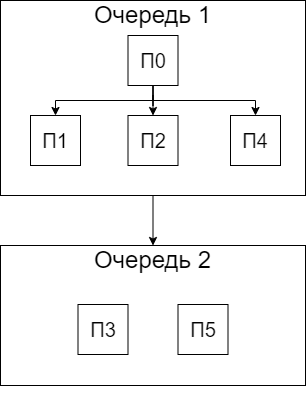
Lenonim/KursPro keeps this draw.io diagram as PASKurs/лабораторные работы/l3/PAS3.4.drawio.png. Above is the earlier version. Source tidied: cells renumbered, new cells last; positions are measured from the earlier drawing's top-left corner, leaving out a move shared by most shapes.
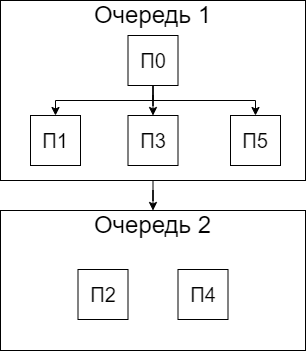
After the commit.

What changed in the source:
```diff
@@ -2,60 +2,60 @@
   <root>
     <mxCell id="0" />
     <mxCell id="1" parent="0" />
-    <mxCell id="2" style="edgeStyle=orthogonalEdgeStyle;rounded=0;jettySize=auto;html=1;entryX=0.5;entryY=0;entryDx=0;entryDy=0;" parent="1" edge="1" source="3" target="13">
-      <mxGeometry relative="1" as="geometry" />
-    </mxCell>
-    <mxCell id="3" style="rounded=0;whiteSpace=wrap;html=1;" parent="1" vertex="1">
-      <mxGeometry width="305" height="195" as="geometry" />
-    </mxCell>
+    <mxCell id="17" style="edgeStyle=orthogonalEdgeStyle;rounded=0;jettySize=auto;html=1;entryX=0.5;entryY=0;entryDx=0;entryDy=0;" parent="1" edge="1" source="18" target="13">
+      <mxGeometry relative="1" as="geometry" />
+    </mxCell>
+    <mxCell id="18" style="rounded=0;whiteSpace=wrap;html=1;" parent="1" vertex="1">
+      <mxGeometry x="-55" y="155" width="305" height="180" as="geometry" />
+    </mxCell>
     <mxCell id="4" value="&lt;span style=&quot;font-size: 24px;&quot;&gt;Очередь 1&lt;/span&gt;" style="text;html=1;strokeColor=none;fillColor=none;align=center;verticalAlign=middle;whiteSpace=wrap;rounded=0;" parent="1" vertex="1">
-      <mxGeometry width="305" height="30" as="geometry" />
+      <mxGeometry x="-55" y="155" width="305" height="30" as="geometry" />
     </mxCell>
-    <mxCell id="5" style="edgeStyle=orthogonalEdgeStyle;rounded=0;jettySize=auto;html=1;entryX=0.5;entryY=0;entryDx=0;entryDy=0;" parent="1" edge="1" source="8" target="11">
-      <mxGeometry relative="1" as="geometry">
-        <Array as="points">
-          <mxPoint x="153" y="100" />
-          <mxPoint x="255" y="100" />
-        </Array>
-      </mxGeometry>
-    </mxCell>
+    <mxCell id="19" style="edgeStyle=orthogonalEdgeStyle;rounded=0;jettySize=auto;html=1;entryX=0.5;entryY=0;entryDx=0;entryDy=0;" parent="1" edge="1" source="8" target="15">
+      <mxGeometry relative="1" as="geometry">
+        <Array as="points">
+          <mxPoint x="98" y="255" />
+          <mxPoint x="200" y="255" />
+        </Array>
+      </mxGeometry>
+    </mxCell>
     <mxCell id="6" style="edgeStyle=orthogonalEdgeStyle;rounded=0;jettySize=auto;html=1;entryX=0.5;entryY=0;entryDx=0;entryDy=0;" parent="1" edge="1" source="8" target="10">
       <mxGeometry relative="1" as="geometry">
         <Array as="points">
-          <mxPoint x="153" y="100" />
-          <mxPoint x="55" y="100" />
+          <mxPoint x="98" y="255" />
+          <mxPoint y="255" />
         </Array>
       </mxGeometry>
     </mxCell>
-    <mxCell id="7" style="edgeStyle=orthogonalEdgeStyle;rounded=0;jettySize=auto;html=1;entryX=0.5;entryY=0;entryDx=0;entryDy=0;" parent="1" edge="1" source="8" target="9">
-      <mxGeometry relative="1" as="geometry" />
-    </mxCell>
+    <mxCell id="20" style="edgeStyle=orthogonalEdgeStyle;rounded=0;jettySize=auto;html=1;entryX=0.5;entryY=0;entryDx=0;entryDy=0;" parent="1" edge="1" source="8" target="14">
+      <mxGeometry relative="1" as="geometry" />
+    </mxCell>
     <mxCell id="8" value="&lt;font style=&quot;font-size: 20px;&quot;&gt;П0&lt;/font&gt;" style="whiteSpace=wrap;html=1;" parent="1" vertex="1">
-      <mxGeometry x="127.5" y="35" width="50" height="50" as="geometry" />
+      <mxGeometry x="72.5" y="190" width="50" height="50" as="geometry" />
     </mxCell>
+    <mxCell id="14" value="&lt;font style=&quot;font-size: 20px;&quot;&gt;П3&lt;/font&gt;" style="whiteSpace=wrap;html=1;" parent="1" vertex="1">
+      <mxGeometry x="72.5" y="270" width="50" height="50" as="geometry" />
+    </mxCell>
+    <mxCell id="10" value="&lt;font style=&quot;font-size: 20px;&quot;&gt;П1&lt;/font&gt;" style="whiteSpace=wrap;html=1;" parent="1" vertex="1">
+      <mxGeometry x="-25" y="270" width="50" height="50" as="geometry" />
+    </mxCell>
+    <mxCell id="15" value="&lt;font style=&quot;font-size: 20px;&quot;&gt;П5&lt;/font&gt;" style="whiteSpace=wrap;html=1;" parent="1" vertex="1">
+      <mxGeometry x="175" y="270" width="50" height="50" as="geometry" />
+    </mxCell>
+    <mxCell id="21" style="rounded=0;whiteSpace=wrap;html=1;" parent="1" vertex="1">
+      <mxGeometry x="-55" y="365" width="305" height="140" as="geometry" />
+    </mxCell>
+    <mxCell id="13" value="&lt;span style=&quot;font-size: 24px;&quot;&gt;Очередь 2&lt;/span&gt;" style="text;html=1;strokeColor=none;fillColor=none;align=center;verticalAlign=middle;whiteSpace=wrap;rounded=0;" parent="1" vertex="1">
+      <mxGeometry x="-55" y="365" width="305" height="30" as="geometry" />
+    </mxCell>
     <mxCell id="9" value="&lt;font style=&quot;font-size: 20px;&quot;&gt;П2&lt;/font&gt;" style="whiteSpace=wrap;html=1;" parent="1" vertex="1">
-      <mxGeometry x="127.5" y="115" width="50" height="50" as="geometry" />
+      <mxGeometry x="22.5" y="424" width="50" height="50" as="geometry" />
     </mxCell>
-    <mxCell id="10" value="&lt;font style=&quot;font-size: 20px;&quot;&gt;П1&lt;/font&gt;" style="whiteSpace=wrap;html=1;" parent="1" vertex="1">
-      <mxGeometry x="30" y="115" width="50" height="50" as="geometry" />
-    </mxCell>
     <mxCell id="11" value="&lt;font style=&quot;font-size: 20px;&quot;&gt;П4&lt;/font&gt;" style="whiteSpace=wrap;html=1;" parent="1" vertex="1">
-      <mxGeometry x="230" y="115" width="50" height="50" as="geometry" />
+      <mxGeometry x="122.5" y="424" width="50" height="50" as="geometry" />
     </mxCell>
-    <mxCell id="12" style="rounded=0;whiteSpace=wrap;html=1;" parent="1" vertex="1">
-      <mxGeometry y="245" width="305" height="140" as="geometry" />
-    </mxCell>
-    <mxCell id="13" value="&lt;span style=&quot;font-size: 24px;&quot;&gt;Очередь 2&lt;/span&gt;" style="text;html=1;strokeColor=none;fillColor=none;align=center;verticalAlign=middle;whiteSpace=wrap;rounded=0;" parent="1" vertex="1">
-      <mxGeometry y="245" width="305" height="30" as="geometry" />
-    </mxCell>
-    <mxCell id="14" value="&lt;font style=&quot;font-size: 20px;&quot;&gt;П3&lt;/font&gt;" style="whiteSpace=wrap;html=1;" parent="1" vertex="1">
-      <mxGeometry x="77.5" y="304" width="50" height="50" as="geometry" />
-    </mxCell>
-    <mxCell id="15" value="&lt;font style=&quot;font-size: 20px;&quot;&gt;П5&lt;/font&gt;" style="whiteSpace=wrap;html=1;" parent="1" vertex="1">
-      <mxGeometry x="177.5" y="304" width="50" height="50" as="geometry" />
-    </mxCell>
-    <mxCell id="16" style="edgeStyle=orthogonalEdgeStyle;rounded=0;orthogonalLoop=1;jettySize=auto;html=1;exitX=0.5;exitY=1;exitDx=0;exitDy=0;" parent="1" edge="1" source="12" target="12">
-      <mxGeometry relative="1" as="geometry" />
-    </mxCell>
+    <mxCell id="22" style="edgeStyle=orthogonalEdgeStyle;rounded=0;orthogonalLoop=1;jettySize=auto;html=1;exitX=0.5;exitY=1;exitDx=0;exitDy=0;" parent="1" edge="1" source="21" target="21">
+      <mxGeometry relative="1" as="geometry" />
+    </mxCell>
   </root>
 </mxGraphModel>
```
